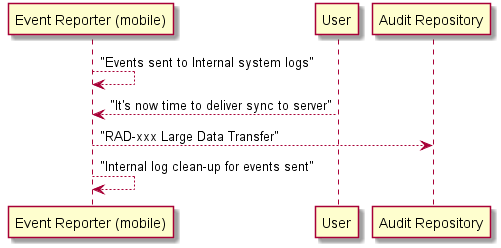
This is mobile-push.png from rjhorn-agfa/SOLE, a PlantUML export, as it was before one commit.
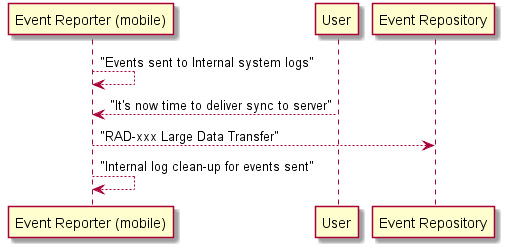
After the change.

The edit, as a diff of the source:
```diff
@@ -2,7 +2,7 @@
 
 "Event Reporter (mobile)" --> "Event Reporter (mobile)" : "Events sent to Internal system logs"
 "User" --> "Event Reporter (mobile)" : "It's now time to deliver sync to server"
-"Event Reporter (mobile)" --> "Audit Repository" : "RAD-xxx Large Data Transfer"
+"Event Reporter (mobile)" --> "Event Repository" : "RAD-xxx Large Data Transfer"
 "Event Reporter (mobile)" --> "Event Reporter (mobile)" : "Internal log clean-up for events sent"
 
 @enduml
```
